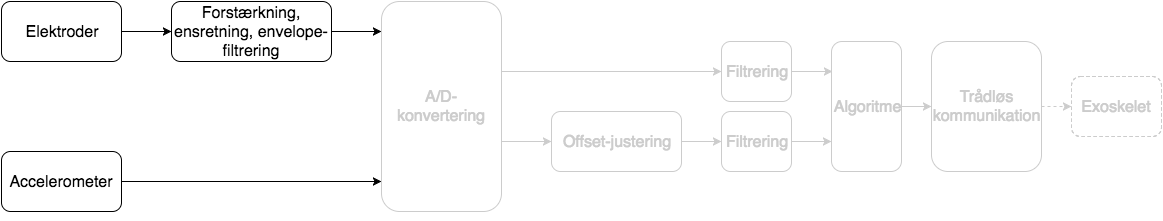
This is figures/implementering/Blokdiagram_analog.png from mariakroustrup/ST4, a draw.io export, as it was before one commit. Source tidied: cells renumbered, new cells last; positions are measured from the earlier drawing's top-left corner, leaving out a move shared by most shapes.
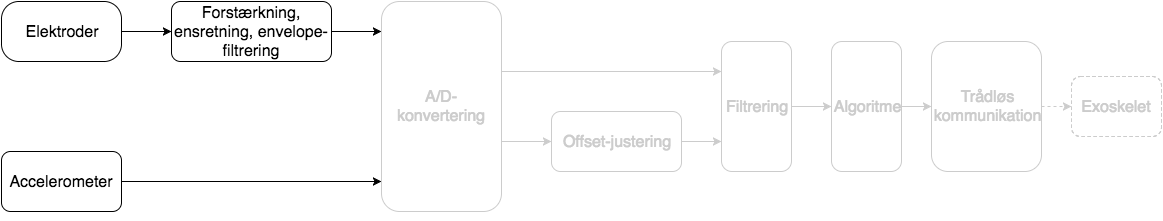
The same file after the commit.

What changed in the source:
```diff
@@ -3,13 +3,19 @@
     <mxCell id="0" />
     <mxCell id="1" parent="0" />
     <mxCell id="2" style="edgeStyle=orthogonalEdgeStyle;rounded=0;html=1;exitX=1;exitY=0.5;jettySize=auto;strokeColor=#CCCCCC;" parent="1" edge="1" source="3" target="16">
-      <mxGeometry relative="1" as="geometry" />
+      <mxGeometry relative="1" as="geometry">
+        <Array as="points">
+          <mxPoint x="710" y="140" />
+          <mxPoint x="710" y="140" />
+        </Array>
+      </mxGeometry>
     </mxCell>
-    <mxCell id="3" value="&lt;font color=&quot;#cccccc&quot; style=&quot;font-size: 16px&quot;&gt;Offset-justering&lt;/font&gt;" style="rounded=1;whiteSpace=wrap;html=1;strokeColor=#CCCCCC;fillColor=none;" parent="1" vertex="1">
+    <mxCell id="3" value="&lt;font style=&quot;font-size: 16px&quot; color=&quot;#cccccc&quot;&gt;Offset-justering&lt;/font&gt;" style="rounded=1;whiteSpace=wrap;html=1;strokeColor=#CCCCCC;" parent="1" vertex="1">
       <mxGeometry x="550" y="110" width="130" height="60" as="geometry" />
     </mxCell>
-    <mxCell id="4" style="edgeStyle=orthogonalEdgeStyle;rounded=0;html=1;exitX=1;exitY=0.5;jettySize=auto;strokeColor=#CCCCCC;" parent="1" edge="1" source="6" target="18">
+    <mxCell id="4" style="edgeStyle=orthogonalEdgeStyle;rounded=0;html=1;exitX=1;exitY=0.5;jettySize=auto;strokeColor=#CCCCCC;" parent="1" edge="1" source="6">
       <mxGeometry relative="1" as="geometry">
+        <mxPoint x="720" y="70" as="targetPoint" />
         <Array as="points">
           <mxPoint x="500" y="70" />
         </Array>
@@ -22,27 +28,27 @@
         </Array>
       </mxGeometry>
     </mxCell>
-    <mxCell id="6" value="&lt;font color=&quot;#cccccc&quot; style=&quot;font-size: 16px&quot;&gt;A/D-konvertering&lt;/font&gt;" style="rounded=1;whiteSpace=wrap;html=1;shadow=0;strokeColor=#CCCCCC;" parent="1" vertex="1">
+    <mxCell id="6" value="&lt;font style=&quot;font-size: 16px&quot; color=&quot;#cccccc&quot;&gt;A/D-konvertering&lt;/font&gt;" style="rounded=1;whiteSpace=wrap;html=1;shadow=0;strokeColor=#CCCCCC;" parent="1" vertex="1">
       <mxGeometry x="380" width="120" height="210" as="geometry" />
     </mxCell>
-    <mxCell id="7" value="&lt;font style=&quot;font-size: 16px&quot;&gt;Elektroder&lt;/font&gt;" style="rounded=1;whiteSpace=wrap;html=1;" parent="1" vertex="1">
+    <mxCell id="7" value="&lt;font style=&quot;font-size: 16px&quot;&gt;Elektroder&lt;/font&gt;" style="rounded=1;whiteSpace=wrap;html=1;arcSize=29;strokeColor=#000000;" parent="1" vertex="1">
       <mxGeometry width="120" height="60" as="geometry" />
     </mxCell>
-    <mxCell id="8" value="&lt;font style=&quot;font-size: 16px&quot;&gt;Accelerometer&lt;/font&gt;" style="rounded=1;whiteSpace=wrap;html=1;" parent="1" vertex="1">
+    <mxCell id="8" value="&lt;font style=&quot;font-size: 16px&quot;&gt;Accelerometer&lt;/font&gt;" style="rounded=1;whiteSpace=wrap;html=1;strokeColor=#000000;" parent="1" vertex="1">
       <mxGeometry y="150" width="120" height="60" as="geometry" />
     </mxCell>
-    <mxCell id="9" value="&lt;div&gt;&lt;font style=&quot;font-size: 16px&quot;&gt;Forstærkning, ensretning, envelope-filtrering&lt;/font&gt;&lt;/div&gt;" style="rounded=1;whiteSpace=wrap;html=1;" parent="1" vertex="1">
+    <mxCell id="9" value="&lt;div&gt;&lt;font style=&quot;font-size: 16px&quot;&gt;Forstærkning, ensretning, envelope-filtrering&lt;/font&gt;&lt;/div&gt;" style="rounded=1;whiteSpace=wrap;html=1;strokeColor=#000000;" parent="1" vertex="1">
       <mxGeometry x="170" width="160" height="60" as="geometry" />
     </mxCell>
-    <mxCell id="10" style="endArrow=classic;html=1;entryX=0;entryY=0.5;exitX=1;exitY=0.5;" parent="1" edge="1" source="7" target="9">
+    <mxCell id="10" style="endArrow=classic;html=1;entryX=0;entryY=0.5;exitX=1;exitY=0.5;strokeColor=#000000;" parent="1" edge="1" source="7" target="9">
       <mxGeometry relative="1" as="geometry" />
     </mxCell>
-    <mxCell id="11" style="edgeStyle=orthogonalEdgeStyle;rounded=0;html=1;exitX=1;exitY=0.5;jettySize=auto;" parent="1" edge="1" source="9">
+    <mxCell id="11" style="edgeStyle=orthogonalEdgeStyle;rounded=0;html=1;exitX=1;exitY=0.5;jettySize=auto;strokeColor=#000000;" parent="1" edge="1" source="9">
       <mxGeometry relative="1" as="geometry">
         <mxPoint x="380" y="30" as="targetPoint" />
       </mxGeometry>
     </mxCell>
-    <mxCell id="12" style="edgeStyle=orthogonalEdgeStyle;rounded=0;html=1;exitX=1;exitY=0.5;entryX=0;entryY=0.857;entryPerimeter=0;jettySize=auto;" parent="1" edge="1" source="8" target="6">
+    <mxCell id="12" style="edgeStyle=orthogonalEdgeStyle;rounded=0;html=1;exitX=1;exitY=0.5;entryX=0;entryY=0.857;entryPerimeter=0;jettySize=auto;strokeColor=#000000;" parent="1" edge="1" source="8" target="6">
       <mxGeometry relative="1" as="geometry" />
     </mxCell>
     <mxCell id="13" style="edgeStyle=orthogonalEdgeStyle;rounded=0;html=1;exitX=0;exitY=0.5;entryX=0;entryY=0.5;jettySize=auto;orthogonalLoop=1;" parent="1" edge="1" source="3" target="3">
@@ -54,36 +60,25 @@
         <mxPoint x="755" y="210" as="targetPoint" />
       </mxGeometry>
     </mxCell>
-    <mxCell id="15" style="edgeStyle=orthogonalEdgeStyle;rounded=0;html=1;exitX=1;exitY=0.5;jettySize=auto;strokeColor=#CCCCCC;" parent="1" edge="1" source="16">
-      <mxGeometry relative="1" as="geometry">
-        <mxPoint x="830" y="140" as="targetPoint" />
-      </mxGeometry>
-    </mxCell>
+    <mxCell id="24" style="edgeStyle=orthogonalEdgeStyle;rounded=0;html=1;jettySize=auto;strokeColor=#CCCCCC;" parent="1" edge="1" source="16" target="19">
+      <mxGeometry relative="1" as="geometry" />
+    </mxCell>
-    <mxCell id="16" value="&lt;span&gt;&lt;font color=&quot;#cccccc&quot; style=&quot;font-size: 16px&quot;&gt;Filtrering&lt;/font&gt;&lt;/span&gt;" style="rounded=1;whiteSpace=wrap;html=1;strokeColor=#CCCCCC;" parent="1" vertex="1">
-      <mxGeometry x="720" y="110" width="70" height="60" as="geometry" />
+    <mxCell id="16" value="&lt;span&gt;&lt;font style=&quot;font-size: 16px&quot; color=&quot;#cccccc&quot;&gt;Filtrering&lt;/font&gt;&lt;/span&gt;" style="rounded=1;whiteSpace=wrap;html=1;strokeColor=#CCCCCC;" parent="1" vertex="1">
+      <mxGeometry x="720" y="40" width="70" height="130" as="geometry" />
     </mxCell>
+    <mxCell id="19" value="&lt;span&gt;&lt;font style=&quot;font-size: 16px&quot; color=&quot;#cccccc&quot;&gt;Algoritme&lt;/font&gt;&lt;/span&gt;" style="rounded=1;whiteSpace=wrap;html=1;strokeColor=#CCCCCC;" parent="1" vertex="1">
+      <mxGeometry x="830" y="40" width="70" height="130" as="geometry" />
+    </mxCell>
     <mxCell id="17" value="&lt;font color=&quot;#cccccc&quot; style=&quot;font-size: 16px&quot;&gt;Exoskelet&lt;/font&gt;" style="rounded=1;whiteSpace=wrap;html=1;strokeColor=#CCCCCC;dashed=1;" parent="1" vertex="1">
       <mxGeometry x="1070" y="75" width="90" height="60" as="geometry" />
     </mxCell>
-    <mxCell id="18" value="&lt;span&gt;&lt;font color=&quot;#cccccc&quot; style=&quot;font-size: 16px&quot;&gt;Filtrering&lt;/font&gt;&lt;/span&gt;" style="rounded=1;whiteSpace=wrap;html=1;strokeColor=#CCCCCC;" parent="1" vertex="1">
-      <mxGeometry x="720" y="40" width="70" height="60" as="geometry" />
-    </mxCell>
-    <mxCell id="19" value="&lt;span&gt;&lt;font color=&quot;#cccccc&quot; style=&quot;font-size: 16px&quot;&gt;Algoritme&lt;/font&gt;&lt;/span&gt;" style="rounded=1;whiteSpace=wrap;html=1;strokeColor=#CCCCCC;" parent="1" vertex="1">
-      <mxGeometry x="830" y="40" width="70" height="130" as="geometry" />
-    </mxCell>
-    <mxCell id="20" value="&lt;font color=&quot;#cccccc&quot;&gt;&lt;span style=&quot;font-size: 16px ; line-height: 19.2px&quot;&gt;Trådløs kommunikation&lt;/span&gt;&lt;/font&gt;" style="rounded=1;whiteSpace=wrap;html=1;strokeColor=#CCCCCC;" parent="1" vertex="1">
+    <mxCell id="20" value="&lt;font style=&quot;font-size: 16px&quot; color=&quot;#cccccc&quot;&gt;Trådløs&lt;/font&gt;&lt;div&gt;&lt;font style=&quot;font-size: 16px&quot; color=&quot;#cccccc&quot;&gt;kommunikation&lt;/font&gt;&lt;/div&gt;" style="rounded=1;whiteSpace=wrap;html=1;strokeColor=#CCCCCC;" parent="1" vertex="1">
       <mxGeometry x="930" y="40" width="110" height="130" as="geometry" />
     </mxCell>
-    <mxCell id="21" style="edgeStyle=orthogonalEdgeStyle;rounded=0;html=1;exitX=1;exitY=0.5;jettySize=auto;orthogonalLoop=1;strokeColor=#CCCCCC;" parent="1" edge="1">
-      <mxGeometry x="811" y="120" as="geometry">
-        <mxPoint x="791" y="70" as="sourcePoint" />
-        <mxPoint x="831" y="70" as="targetPoint" />
-      </mxGeometry>
-    </mxCell>
     <mxCell id="22" style="edgeStyle=orthogonalEdgeStyle;rounded=0;html=1;exitX=1;exitY=0.5;entryX=0;entryY=0.5;startSize=6;jettySize=auto;strokeColor=#CCCCCC;fontColor=#CCCCCC;" parent="1" edge="1" source="19" target="20">
       <mxGeometry relative="1" as="geometry" />
     </mxCell>
-    <mxCell id="23" style="edgeStyle=orthogonalEdgeStyle;rounded=0;html=1;exitX=1;exitY=0.5;entryX=0;entryY=0.5;startSize=6;jettySize=auto;strokeColor=#CCCCCC;fontColor=#CCCCCC;dashed=1;" parent="1" edge="1" source="20" target="17">
+    <mxCell id="23" style="edgeStyle=orthogonalEdgeStyle;rounded=0;html=1;exitX=1;exitY=0.5;entryX=0;entryY=0.5;startSize=6;jettySize=auto;strokeColor=#CCC;fontColor=#CCCCCC;dashed=1;" parent="1" edge="1" source="20" target="17">
       <mxGeometry relative="1" as="geometry" />
     </mxCell>
   </root>
```
